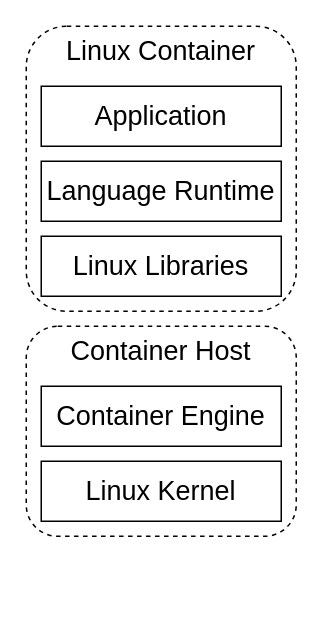
Before: assets/container-host-arch.drawio in kgb1001001/cloudadoptionpatterns, a draw.io diagram. Source tidied: cells renumbered, new cells numbered last; positions are measured from the earlier drawing's top-left corner, leaving out a move shared by most shapes. Both pictures are drawn from the tidied source at 150%, with x=0, y=0 at pixel (26, 26).
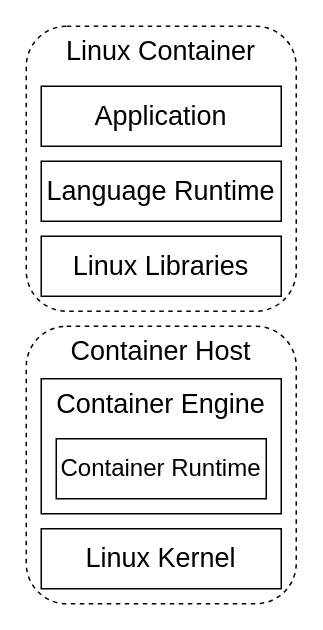
The same diagram, later.

Commit message (it also covers changes not shown here):
Update image stack diagram

The edit, as a diff of the source:
```diff
@@
 <mxGraphModel>
   <root>
     <mxCell id="0" />
     <mxCell id="1" parent="0" />
+    <mxCell id="8" value="&lt;font style=&quot;font-size: 18px&quot;&gt;Container Host&lt;/font&gt;" style="rounded=1;whiteSpace=wrap;html=1;fillColor=none;dashed=1;verticalAlign=top;" parent="1" vertex="1">
+      <mxGeometry y="200" width="180" height="185" as="geometry" />
+    </mxCell>
     <mxCell id="2" value="&lt;font style=&quot;font-size: 18px&quot;&gt;Linux Container&lt;/font&gt;" style="rounded=1;whiteSpace=wrap;html=1;fillColor=none;dashed=1;verticalAlign=top;" parent="1" vertex="1">
       <mxGeometry width="180" height="190" as="geometry" />
     </mxCell>
     <mxCell id="3" value="&lt;font style=&quot;font-size: 18px&quot;&gt;Linux Kernel&lt;/font&gt;" style="rounded=0;whiteSpace=wrap;html=1;" parent="1" vertex="1">
-      <mxGeometry x="10" y="290" width="160" height="40" as="geometry" />
+      <mxGeometry x="10" y="335" width="160" height="40" as="geometry" />
     </mxCell>
-    <mxCell id="4" value="&lt;font style=&quot;font-size: 18px&quot;&gt;Container Engine&lt;/font&gt;" style="rounded=0;whiteSpace=wrap;html=1;" parent="1" vertex="1">
-      <mxGeometry x="10" y="240" width="160" height="40" as="geometry" />
-    </mxCell>
     <mxCell id="5" value="&lt;font style=&quot;font-size: 18px&quot;&gt;Linux Libraries&lt;/font&gt;" style="rounded=0;whiteSpace=wrap;html=1;" parent="1" vertex="1">
       <mxGeometry x="10" y="140" width="160" height="40" as="geometry" />
     </mxCell>
     <mxCell id="6" value="&lt;font style=&quot;font-size: 18px&quot;&gt;Language Runtime&lt;/font&gt;" style="rounded=0;whiteSpace=wrap;html=1;" parent="1" vertex="1">
       <mxGeometry x="10" y="90" width="160" height="40" as="geometry" />
     </mxCell>
     <mxCell id="7" value="&lt;font style=&quot;font-size: 18px&quot;&gt;Application&lt;/font&gt;" style="rounded=0;whiteSpace=wrap;html=1;" parent="1" vertex="1">
       <mxGeometry x="10" y="40" width="160" height="40" as="geometry" />
     </mxCell>
-    <mxCell id="8" value="&lt;font style=&quot;font-size: 18px&quot;&gt;Container Host&lt;/font&gt;" style="rounded=1;whiteSpace=wrap;html=1;fillColor=none;dashed=1;verticalAlign=top;" parent="1" vertex="1">
-      <mxGeometry y="200" width="180" height="140" as="geometry" />
-    </mxCell>
+    <mxCell id="9" style="group;" parent="1" vertex="1">
+      <mxGeometry x="10" y="235" width="160" height="90" as="geometry" />
+    </mxCell>
+    <mxCell id="4" value="&lt;font style=&quot;font-size: 18px&quot;&gt;Container Engine&lt;/font&gt;" style="rounded=0;whiteSpace=wrap;html=1;verticalAlign=top;" parent="9" vertex="1">
+      <mxGeometry width="160" height="90" as="geometry" />
+    </mxCell>
+    <mxCell id="10" value="&lt;font style=&quot;font-size: 16px&quot;&gt;Container Runtime&lt;/font&gt;" style="rounded=0;whiteSpace=wrap;html=1;fontSize=17;" parent="9" vertex="1">
+      <mxGeometry x="10" y="40" width="140" height="40" as="geometry" />
+    </mxCell>
   </root>
 </mxGraphModel>
```
